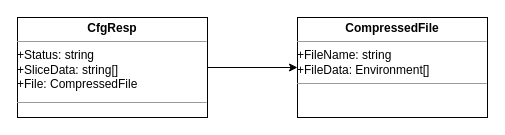
Earlier version of the draw.io diagram page "返回结构体" (6 of 17) of docs/概要设计文档/概设原始图.drawio (dalgorithm-bastar/configer). Source tidied: cells renumbered, new cells numbered last; positions are measured from the earlier drawing's top-left corner, leaving out a move shared by most shapes. Both pictures are drawn from the tidied source at 100%, with x=0, y=0 at pixel (17, 17).
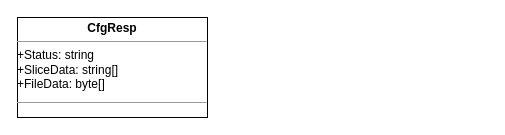
Above is the later version.

What changed in the source:
```diff
@@
 <mxGraphModel>
   <root>
     <mxCell id="0" />
     <mxCell id="1" parent="0" />
-    <mxCell id="2" style="edgeStyle=orthogonalEdgeStyle;rounded=0;jettySize=auto;html=1;" parent="1" edge="1" source="3" target="4">
-      <mxGeometry relative="1" as="geometry" />
-    </mxCell>
-    <mxCell id="3" value="&lt;p style=&quot;margin: 0px ; margin-top: 4px ; text-align: center&quot;&gt;&lt;b&gt;CfgResp&lt;/b&gt;&lt;/p&gt;&lt;hr size=&quot;1&quot;&gt;+Status: string&lt;br&gt;+SliceData: string[]&lt;br&gt;+File: CompressedFile&lt;br&gt;&lt;div style=&quot;height: 2px&quot;&gt;&lt;br&gt;&lt;/div&gt;&lt;div style=&quot;height: 2px&quot;&gt;&lt;br&gt;&lt;/div&gt;&lt;hr size=&quot;1&quot;&gt;&lt;div style=&quot;height: 2px&quot;&gt;&lt;/div&gt;" style="verticalAlign=top;align=left;overflow=fill;fontSize=12;fontFamily=Helvetica;html=1;" parent="1" vertex="1">
+    <mxCell id="3" value="&lt;p style=&quot;margin: 0px ; margin-top: 4px ; text-align: center&quot;&gt;&lt;b&gt;CfgResp&lt;/b&gt;&lt;/p&gt;&lt;hr size=&quot;1&quot;&gt;+Status: string&lt;br&gt;+SliceData: string[]&lt;br&gt;+FileData: byte[]&lt;br&gt;&lt;div style=&quot;height: 2px&quot;&gt;&lt;br&gt;&lt;/div&gt;&lt;div style=&quot;height: 2px&quot;&gt;&lt;br&gt;&lt;/div&gt;&lt;hr size=&quot;1&quot;&gt;&lt;div style=&quot;height: 2px&quot;&gt;&lt;/div&gt;" style="verticalAlign=top;align=left;overflow=fill;fontSize=12;fontFamily=Helvetica;html=1;" parent="1" vertex="1">
       <mxGeometry width="190" height="100" as="geometry" />
     </mxCell>
-    <mxCell id="4" value="&lt;p style=&quot;margin: 0px ; margin-top: 4px ; text-align: center&quot;&gt;&lt;b&gt;CompressedFile&lt;/b&gt;&lt;/p&gt;&lt;hr size=&quot;1&quot;&gt;+FileName: string&lt;br&gt;&lt;div style=&quot;height: 2px&quot;&gt;+FileData: Environment[]&lt;/div&gt;&lt;div style=&quot;height: 2px&quot;&gt;&lt;br&gt;&lt;/div&gt;&lt;div style=&quot;height: 2px&quot;&gt;&lt;br&gt;&lt;/div&gt;&lt;div style=&quot;height: 2px&quot;&gt;&lt;br&gt;&lt;/div&gt;&lt;div style=&quot;height: 2px&quot;&gt;&lt;br&gt;&lt;/div&gt;&lt;div style=&quot;height: 2px&quot;&gt;&lt;br&gt;&lt;/div&gt;&lt;div style=&quot;height: 2px&quot;&gt;&lt;br&gt;&lt;/div&gt;&lt;hr size=&quot;1&quot;&gt;&lt;div style=&quot;height: 2px&quot;&gt;&lt;/div&gt;" style="verticalAlign=top;align=left;overflow=fill;fontSize=12;fontFamily=Helvetica;html=1;" parent="1" vertex="1">
-      <mxGeometry x="280" width="190" height="100" as="geometry" />
-    </mxCell>
   </root>
 </mxGraphModel>
```
